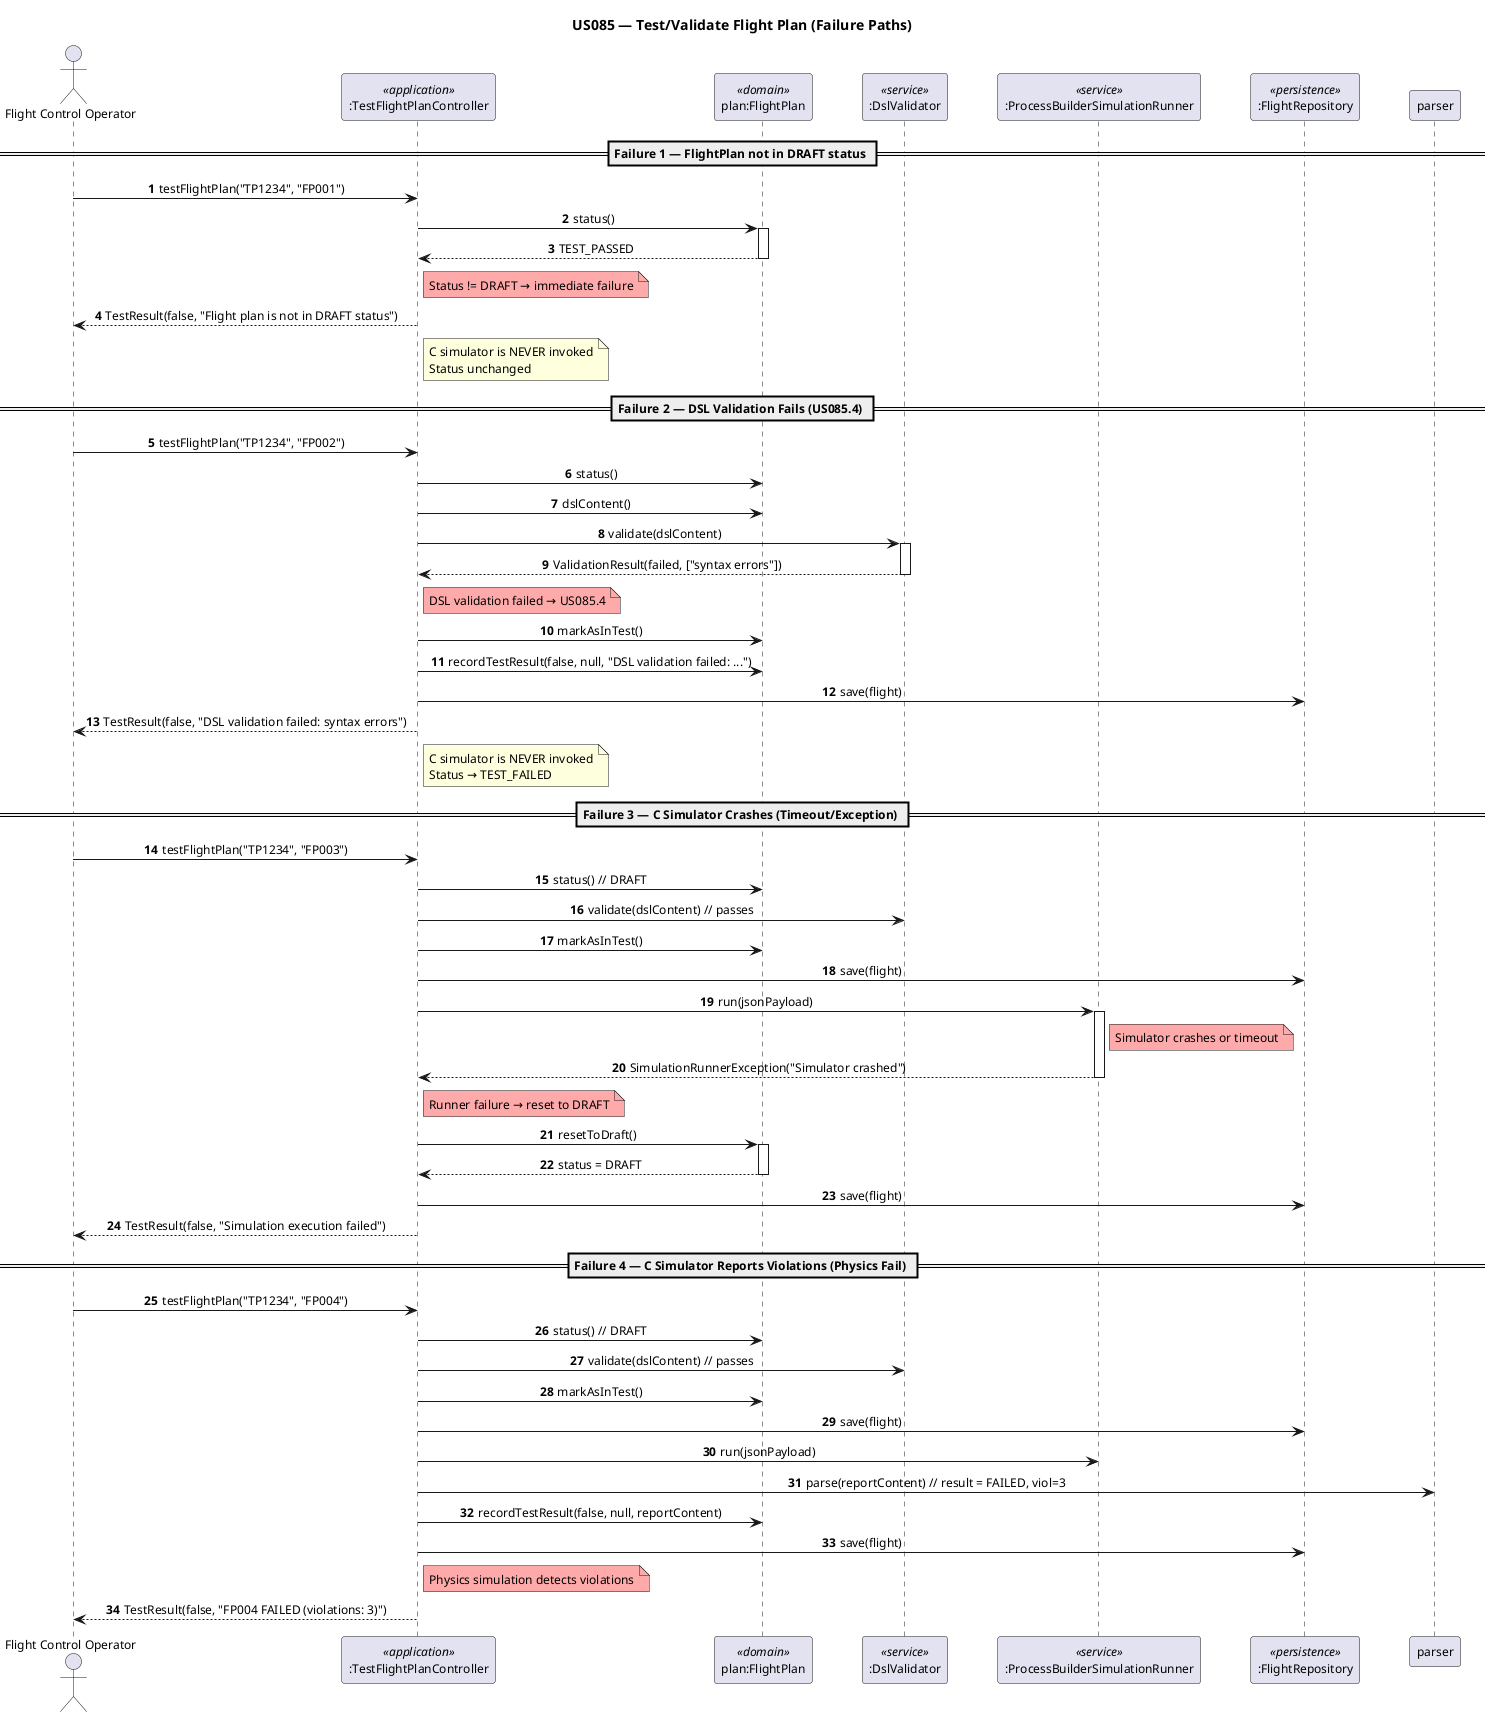
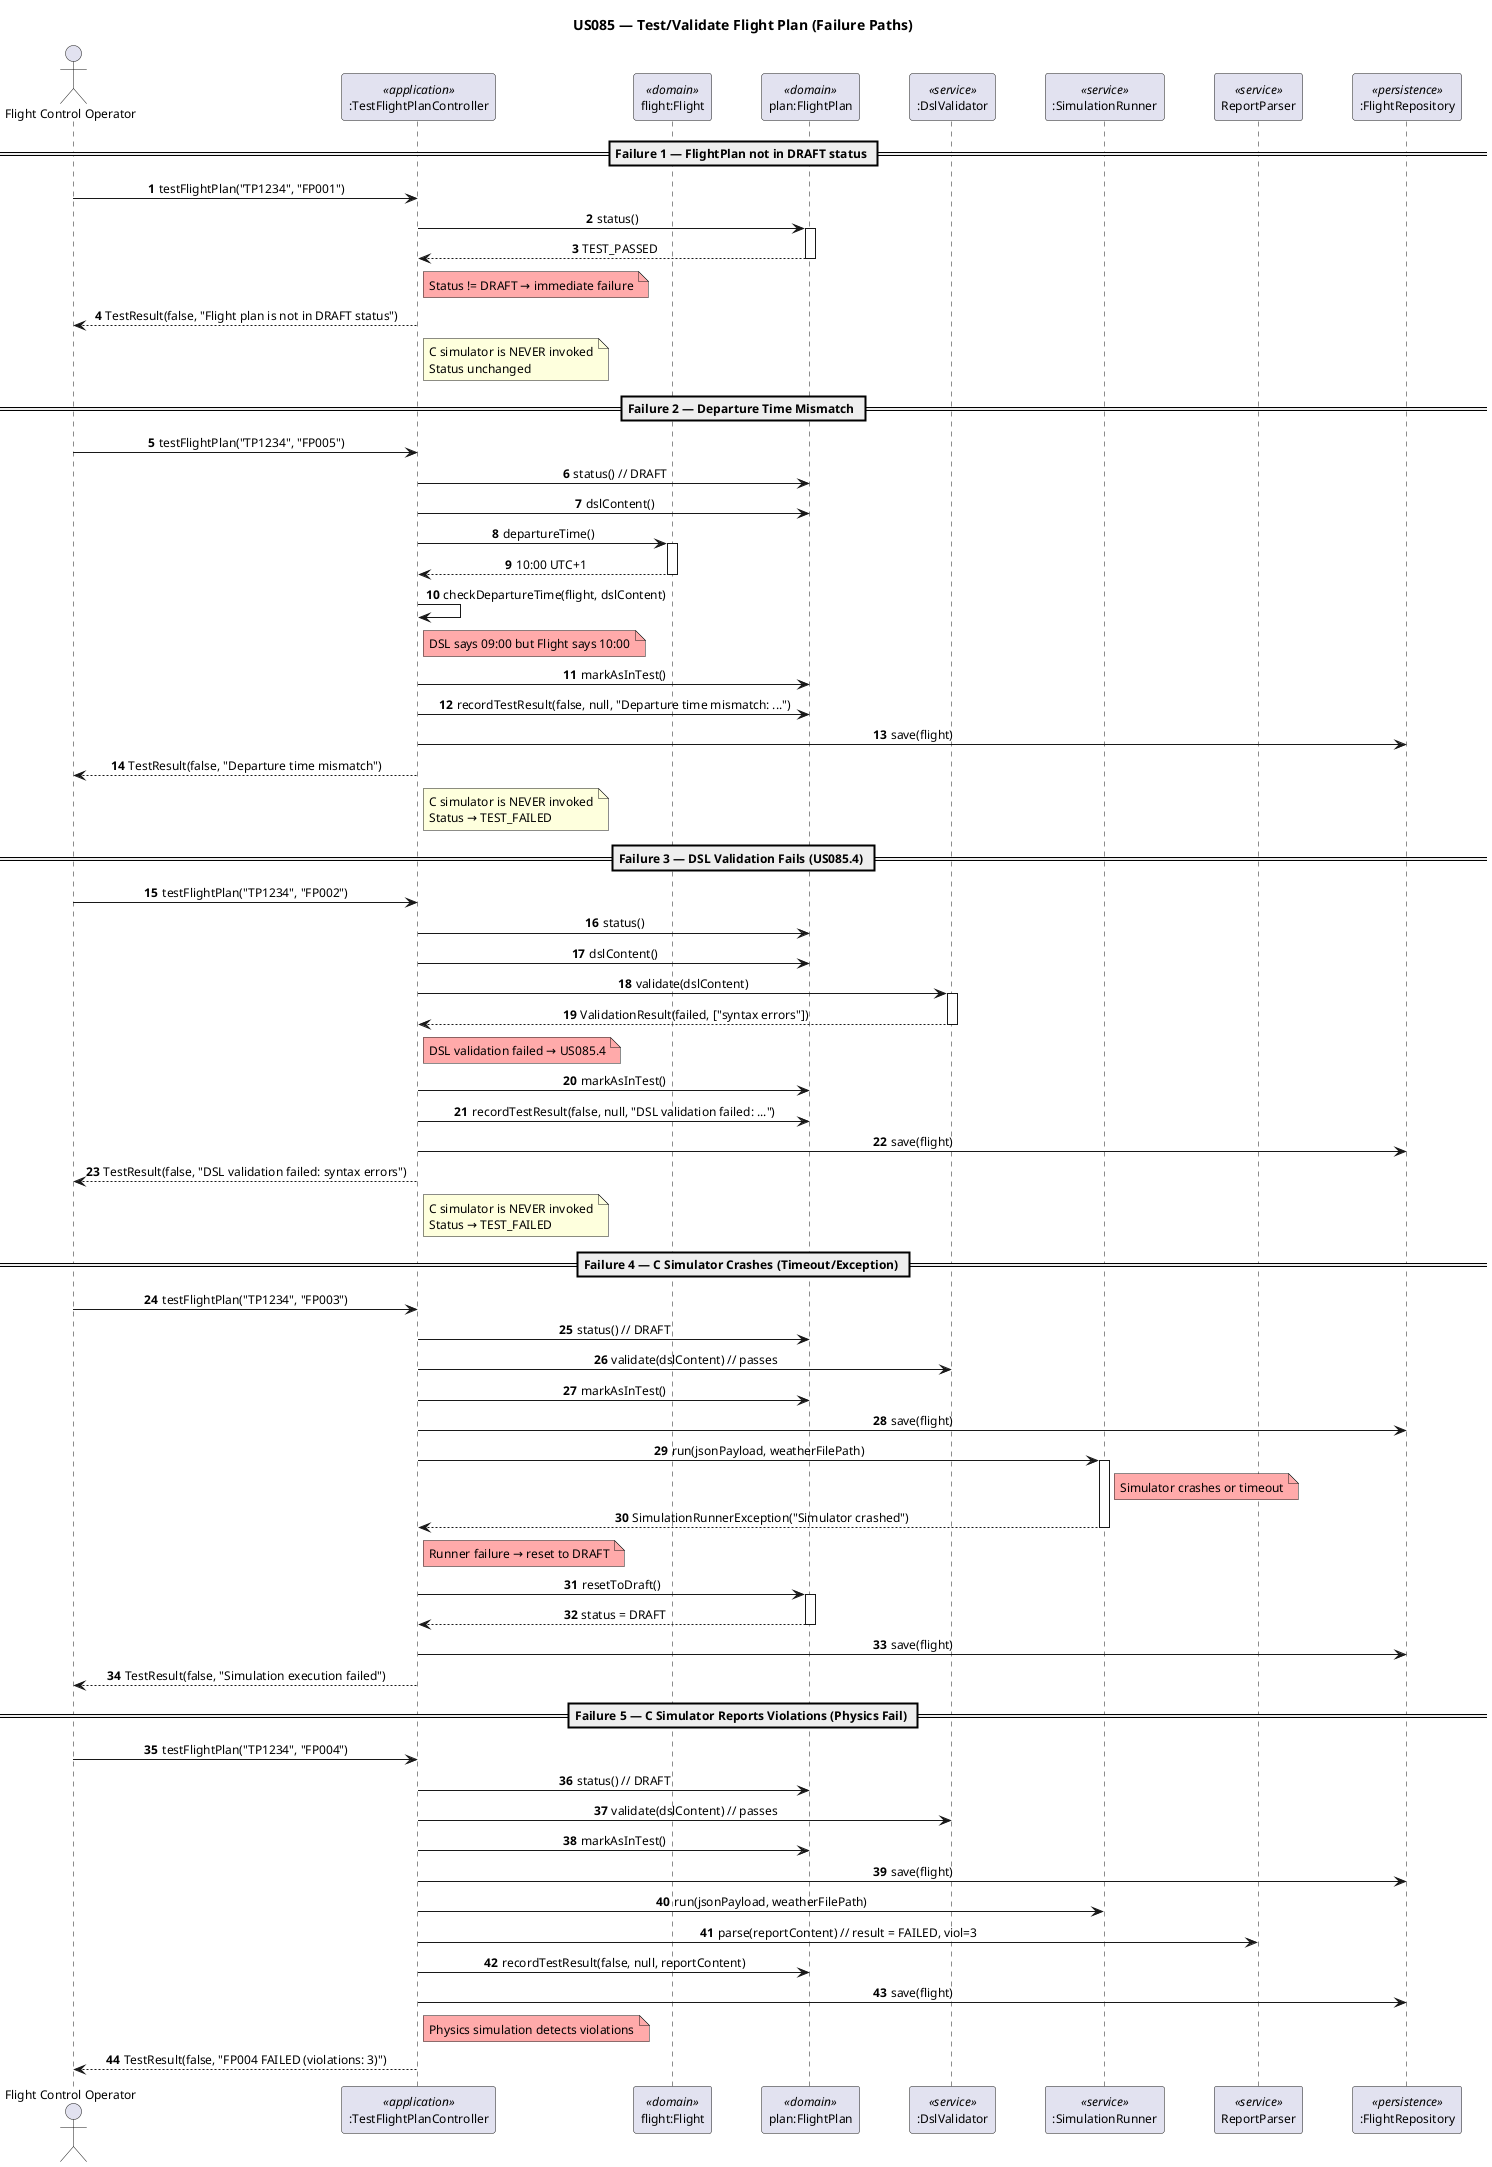
@startuml sd_us085_validation_failures
title US085 — Test/Validate Flight Plan (Failure Paths)

skinparam sequenceMessageAlign center
skinparam defaultFontName Arial
skinparam defaultFontSize 12
skinparam ParticipantPadding 20

autonumber

actor "Flight Control Operator" as actor
participant ":TestFlightPlanController"        as ctrl        <<application>>
+ participant "flight:Flight"                    as flight      <<domain>>
participant "plan:FlightPlan"                  as plan        <<domain>>
participant ":DslValidator"                    as dsl         <<service>>
- participant ":ProcessBuilderSimulationRunner"  as runner      <<service>>
+ participant ":SimulationRunner"                as runner      <<service>>
+ participant "ReportParser"                     as parser      <<service>>
participant ":FlightRepository"                as repo        <<persistence>>

== Failure 1 — FlightPlan not in DRAFT status ==

actor -> ctrl : testFlightPlan("TP1234", "FP001")

ctrl -> plan : status()
activate plan
plan --> ctrl : TEST_PASSED
deactivate plan

note right of ctrl #FFAAAA : Status != DRAFT → immediate failure

ctrl --> actor : TestResult(false, "Flight plan is not in DRAFT status")

note right of ctrl : C simulator is NEVER invoked\nStatus unchanged

- == Failure 2 — DSL Validation Fails (US085.4) ==
+ == Failure 2 — Departure Time Mismatch ==
+ 
+ actor -> ctrl : testFlightPlan("TP1234", "FP005")
+ 
+ ctrl -> plan : status() // DRAFT
+ ctrl -> plan : dslContent()
+ ctrl -> flight : departureTime()
+ activate flight
+ flight --> ctrl : 10:00 UTC+1
+ deactivate flight
+ ctrl -> ctrl : checkDepartureTime(flight, dslContent)
+ 
+ note right of ctrl #FFAAAA : DSL says 09:00 but Flight says 10:00
+ 
+ ctrl -> plan : markAsInTest()
+ ctrl -> plan : recordTestResult(false, null, "Departure time mismatch: ...")
+ ctrl -> repo : save(flight)
+ 
+ ctrl --> actor : TestResult(false, "Departure time mismatch")
+ 
+ note right of ctrl : C simulator is NEVER invoked\nStatus → TEST_FAILED
+ 
+ == Failure 3 — DSL Validation Fails (US085.4) ==

actor -> ctrl : testFlightPlan("TP1234", "FP002")

ctrl -> plan : status()
ctrl -> plan : dslContent()
ctrl -> dsl : validate(dslContent)
activate dsl
dsl --> ctrl : ValidationResult(failed, ["syntax errors"])
deactivate dsl

note right of ctrl #FFAAAA : DSL validation failed → US085.4

ctrl -> plan : markAsInTest()
ctrl -> plan : recordTestResult(false, null, "DSL validation failed: ...")
ctrl -> repo : save(flight)

ctrl --> actor : TestResult(false, "DSL validation failed: syntax errors")

note right of ctrl : C simulator is NEVER invoked\nStatus → TEST_FAILED

- == Failure 3 — C Simulator Crashes (Timeout/Exception) ==
+ == Failure 4 — C Simulator Crashes (Timeout/Exception) ==

actor -> ctrl : testFlightPlan("TP1234", "FP003")

ctrl -> plan : status() // DRAFT
ctrl -> dsl : validate(dslContent) // passes
ctrl -> plan : markAsInTest()
ctrl -> repo : save(flight)

- ctrl -> runner : run(jsonPayload)
+ ctrl -> runner : run(jsonPayload, weatherFilePath)
activate runner
note right of runner #FFAAAA : Simulator crashes or timeout
runner --> ctrl : SimulationRunnerException("Simulator crashed")
deactivate runner

note right of ctrl #FFAAAA : Runner failure → reset to DRAFT

ctrl -> plan : resetToDraft()
activate plan
plan --> ctrl : status = DRAFT
deactivate plan
ctrl -> repo : save(flight)

ctrl --> actor : TestResult(false, "Simulation execution failed")

- == Failure 4 — C Simulator Reports Violations (Physics Fail) ==
+ == Failure 5 — C Simulator Reports Violations (Physics Fail) ==

actor -> ctrl : testFlightPlan("TP1234", "FP004")

ctrl -> plan : status() // DRAFT
ctrl -> dsl : validate(dslContent) // passes
ctrl -> plan : markAsInTest()
ctrl -> repo : save(flight)
- ctrl -> runner : run(jsonPayload)
+ ctrl -> runner : run(jsonPayload, weatherFilePath)
ctrl -> parser : parse(reportContent) // result = FAILED, viol=3
ctrl -> plan : recordTestResult(false, null, reportContent)
ctrl -> repo : save(flight)

note right of ctrl #FFAAAA : Physics simulation detects violations

ctrl --> actor : TestResult(false, "FP004 FAILED (violations: 3)")

@enduml
